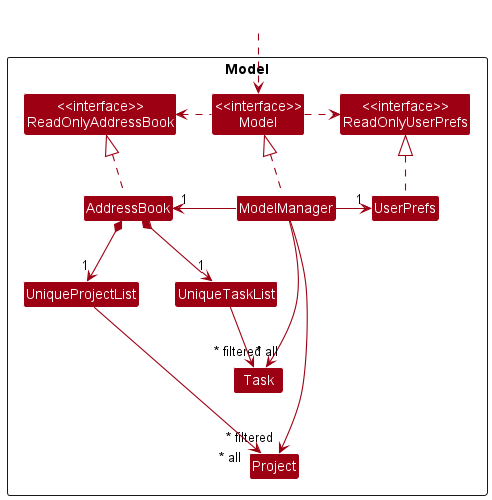
Earlier version of the PlantUML export docs/images/ModelClassDiagram.png (nus-cs2103-AY2223S1/tp).
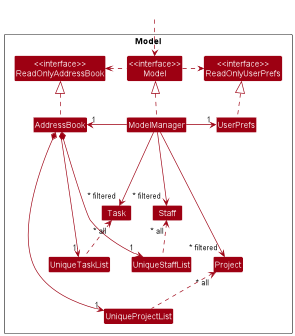
After the change.

Change to the diagram source:
```diff
@@ -18,6 +18,9 @@
 Class UniqueTaskList
 Class Task
 
+Class UniqueStaffList
+Class Staff
+
 }
 
 Class HiddenOutside #FFFFFF
@@ -36,9 +39,12 @@
 ModelManager --->"~* filtered" Task
 
 AddressBook *--> "1" UniqueProjectList
-UniqueProjectList ---> "~* all" Project
+UniqueProjectList .up.> "~* all" Project
+AddressBook *--> "1" UniqueStaffList
+UniqueStaffList .up.> "~* all" Staff
+ModelManager ---> "~* filtered" Staff
 
 AddressBook *--> "1" UniqueTaskList
-UniqueTaskList --> "~* all" Task
+UniqueTaskList .up.> "~* all" Task
 
 @enduml
```
